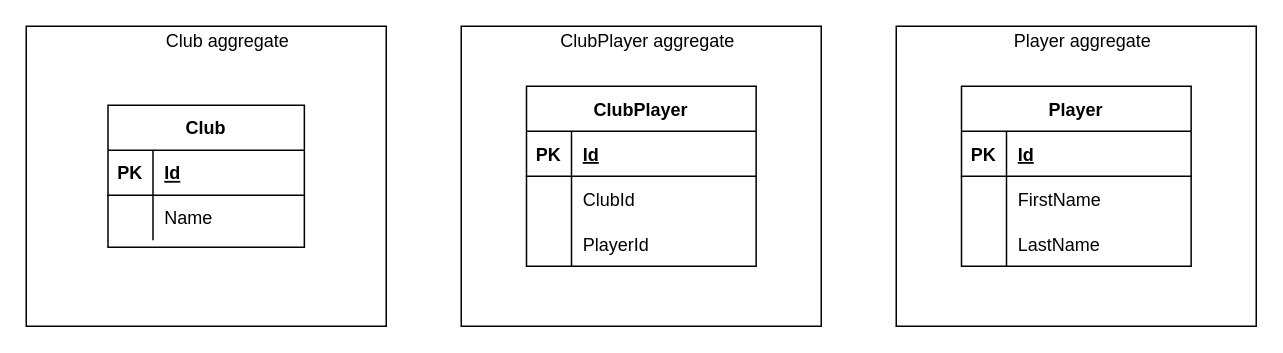
Above: documentation/ERD.drawio in steffbeckers/snooker (draw.io), before the change. Source tidied: cells renumbered, new cells numbered last; positions are measured from the earlier drawing's top-left corner, leaving out a move shared by most shapes. Both pictures are drawn from the tidied source at 150%, with x=0, y=0 at pixel (26, 26).
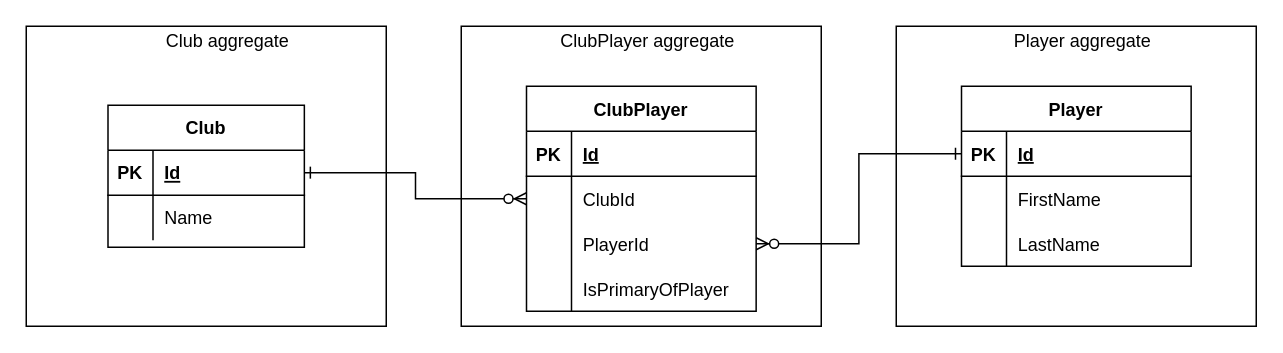
Above is the later version.

The change refers to these unchanged cells:
```xml
<mxCell id="6" style="shape=partialRectangle;fillColor=none;top=0;left=0;bottom=1;right=0;points=[[0,0.5],[1,0.5]];portConstraint=eastwest;" parent="5" vertex="1">
  <mxGeometry y="30" width="153.1" height="30" as="geometry" />
</mxCell>
<mxCell id="19" style="shape=partialRectangle;fillColor=none;top=0;left=0;bottom=1;right=0;points=[[0,0.5],[1,0.5]];portConstraint=eastwest;" parent="18" vertex="1">
  <mxGeometry y="30" width="130.9" height="30" as="geometry" />
</mxCell>
<mxCell id="25" style="group;" parent="1" vertex="1">
  <mxGeometry x="290" width="240" height="200" as="geometry" />
</mxCell>
<mxCell id="32" style="shape=partialRectangle;fillColor=none;top=0;left=0;bottom=0;right=0;points=[[0,0.5],[1,0.5]];portConstraint=eastwest;" parent="28" vertex="1">
  <mxGeometry y="60" width="153.1" height="30" as="geometry" />
</mxCell>
<mxCell id="35" style="shape=partialRectangle;fillColor=none;top=0;left=0;bottom=0;right=0;points=[[0,0.5],[1,0.5]];portConstraint=eastwest;" parent="28" vertex="1">
  <mxGeometry y="90" width="153.1" height="30" as="geometry" />
</mxCell>
```

What changed in the source:
```diff
@@
     <mxCell id="28" value="ClubPlayer" style="shape=table;startSize=30;childLayout=tableLayout;rowLines=0;fontStyle=1;align=center;" parent="25" vertex="1">
-      <mxGeometry x="43.5" y="40" width="153.1" height="120" as="geometry" />
+      <mxGeometry x="43.5" y="40" width="153.1" height="150" as="geometry" />
     </mxCell>
@@
+    <mxCell id="38" style="shape=partialRectangle;fillColor=none;top=0;left=0;bottom=0;right=0;" parent="28" vertex="1">
+      <mxGeometry y="120" width="153.1" height="30" as="geometry" />
+    </mxCell>
+    <mxCell id="39" style="shape=partialRectangle;fillColor=none;top=0;left=0;bottom=0;right=0;overflow=hidden;" parent="38" vertex="1">
+      <mxGeometry width="30" height="30" as="geometry" />
+    </mxCell>
+    <mxCell id="40" value="IsPrimaryOfPlayer" style="shape=partialRectangle;fillColor=none;top=0;left=0;bottom=0;right=0;align=left;spacingLeft=6;overflow=hidden;" parent="38" vertex="1">
+      <mxGeometry x="30" width="123.1" height="30" as="geometry" />
+    </mxCell>
+    <mxCell id="41" style="edgeStyle=orthogonalEdgeStyle;rounded=0;jettySize=auto;html=1;exitX=1;exitY=0.5;exitDx=0;exitDy=0;endArrow=ERzeroToMany;endFill=1;startArrow=ERone;startFill=0;" parent="1" edge="1" source="19" target="32">
+      <mxGeometry relative="1" as="geometry" />
+    </mxCell>
+    <mxCell id="42" style="edgeStyle=orthogonalEdgeStyle;rounded=0;jettySize=auto;html=1;exitX=1;exitY=0.5;exitDx=0;exitDy=0;startArrow=ERzeroToMany;startFill=1;endArrow=ERone;endFill=0;" parent="1" edge="1" source="35" target="6">
+      <mxGeometry relative="1" as="geometry" />
+    </mxCell>
```
